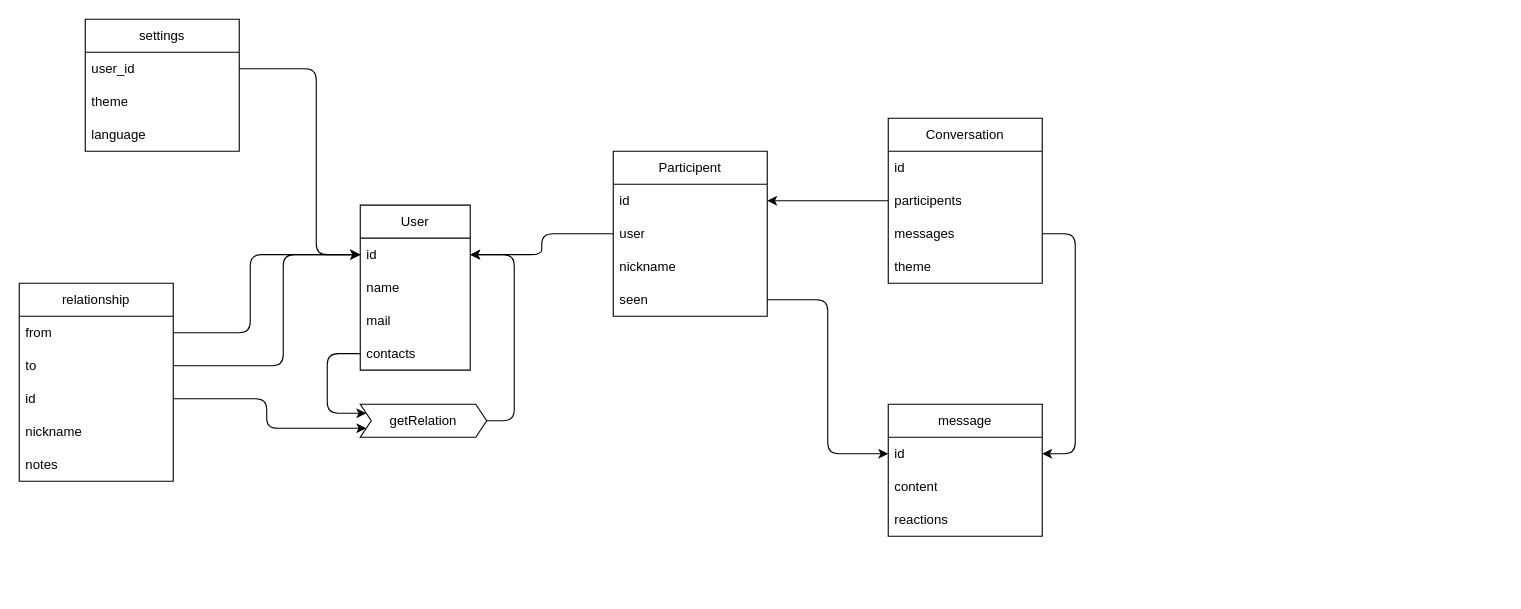
Before: server/docs/wholedb.dio in GameBear64/AmberCamp, a draw.io diagram. Source tidied: cells renumbered, new cells numbered last; positions are measured from the earlier drawing's top-left corner, leaving out a move shared by most shapes. Both pictures are drawn from the tidied source at 110%, with x=0, y=0 at pixel (19, 19).
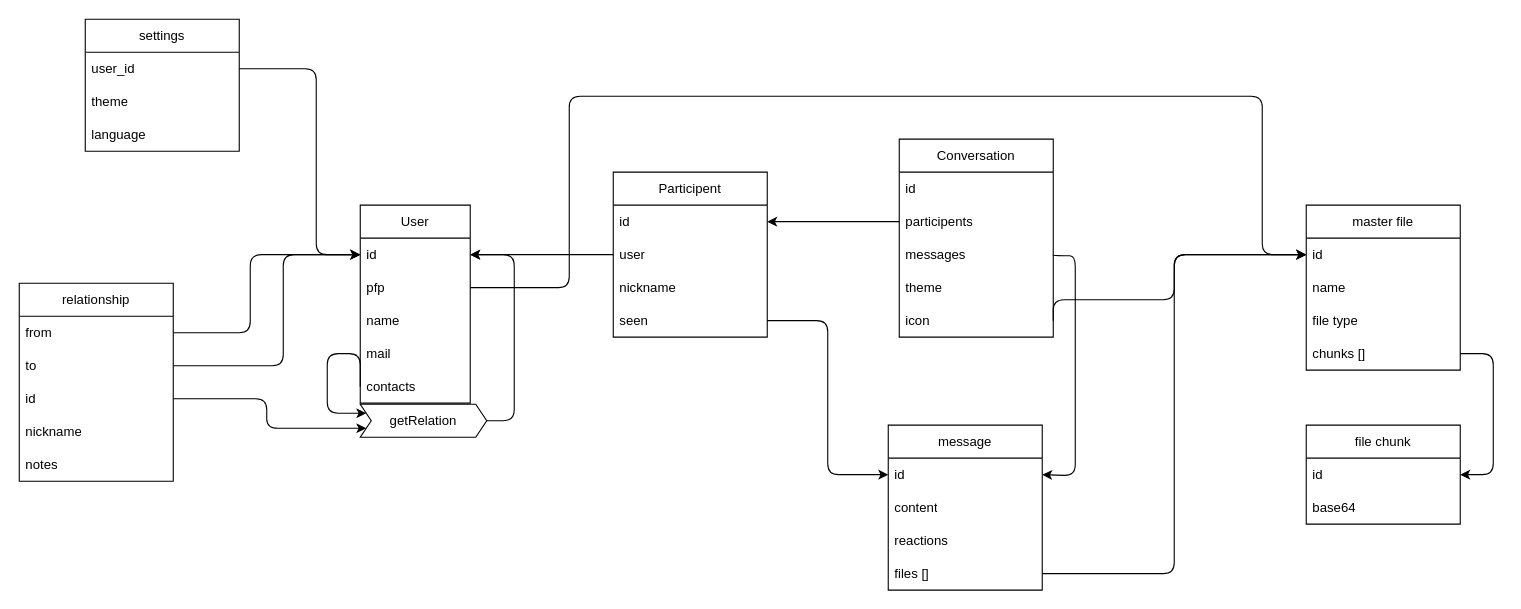
The same diagram, later.

Unchanged cells that the change refers to:
```xml
<mxCell id="3" value="id" style="text;strokeColor=none;fillColor=none;align=left;verticalAlign=middle;spacingLeft=4;spacingRight=4;overflow=hidden;points=[[0,0.5],[1,0.5]];portConstraint=eastwest;whiteSpace=wrap;html=1;" parent="2" vertex="1">
  <mxGeometry y="30" width="100" height="30" as="geometry" />
</mxCell>
<mxCell id="14" value="messages" style="text;strokeColor=none;fillColor=none;align=left;verticalAlign=middle;spacingLeft=4;spacingRight=4;overflow=hidden;points=[[0,0.5],[1,0.5]];portConstraint=eastwest;whiteSpace=wrap;html=1;rounded=0;" parent="11" vertex="1">
  <mxGeometry y="90" width="140" height="30" as="geometry" />
</mxCell>
<mxCell id="17" value="id" style="text;strokeColor=none;fillColor=none;align=left;verticalAlign=middle;spacingLeft=4;spacingRight=4;overflow=hidden;points=[[0,0.5],[1,0.5]];portConstraint=eastwest;whiteSpace=wrap;html=1;rounded=0;" parent="16" vertex="1">
  <mxGeometry y="30" width="140" height="30" as="geometry" />
</mxCell>
<mxCell id="32" value="user" style="text;strokeColor=none;fillColor=none;align=left;verticalAlign=middle;spacingLeft=4;spacingRight=4;overflow=hidden;points=[[0,0.5],[1,0.5]];portConstraint=eastwest;whiteSpace=wrap;html=1;" parent="30" vertex="1">
  <mxGeometry y="60" width="140" height="30" as="geometry" />
</mxCell>
```

Diff of the diagram source:
```diff
@@
     <mxCell id="2" value="User" style="swimlane;fontStyle=0;horizontal=1;startSize=30;whiteSpace=wrap;html=1;" parent="1" vertex="1">
-      <mxGeometry x="310" y="169" width="100" height="150" as="geometry" />
+      <mxGeometry x="310" y="169" width="100" height="180" as="geometry" />
     </mxCell>
@@
+    <mxCell id="42" value="pfp" style="text;strokeColor=none;fillColor=none;align=left;verticalAlign=middle;spacingLeft=4;spacingRight=4;overflow=hidden;points=[[0,0.5],[1,0.5]];portConstraint=eastwest;whiteSpace=wrap;html=1;" parent="2" vertex="1">
+      <mxGeometry y="60" width="100" height="30" as="geometry" />
+    </mxCell>
     <mxCell id="4" value="name" style="text;strokeColor=none;fillColor=none;align=left;verticalAlign=middle;spacingLeft=4;spacingRight=4;overflow=hidden;whiteSpace=wrap;html=1;" parent="2" vertex="1">
-      <mxGeometry y="60" width="100" height="30" as="geometry" />
+      <mxGeometry y="90" width="100" height="30" as="geometry" />
     </mxCell>
     <mxCell id="5" value="mail" style="text;strokeColor=none;fillColor=none;align=left;verticalAlign=middle;spacingLeft=4;spacingRight=4;overflow=hidden;whiteSpace=wrap;html=1;" parent="2" vertex="1">
-      <mxGeometry y="90" width="100" height="30" as="geometry" />
+      <mxGeometry y="120" width="100" height="30" as="geometry" />
     </mxCell>
     <mxCell id="6" value="contacts" style="text;strokeColor=none;fillColor=none;align=left;verticalAlign=middle;spacingLeft=4;spacingRight=4;overflow=hidden;points=[[0,0.5],[1,0.5]];portConstraint=eastwest;whiteSpace=wrap;html=1;rounded=0;" parent="2" vertex="1">
-      <mxGeometry y="120" width="100" height="30" as="geometry" />
+      <mxGeometry y="150" width="100" height="30" as="geometry" />
     </mxCell>
@@
     <mxCell id="11" value="Conversation" style="swimlane;fontStyle=0;horizontal=1;startSize=30;whiteSpace=wrap;html=1;rounded=0;" parent="1" vertex="1">
-      <mxGeometry x="790" y="90" width="140" height="150" as="geometry" />
+      <mxGeometry x="800" y="109" width="140" height="180" as="geometry" />
     </mxCell>
@@
+    <mxCell id="43" value="icon" style="text;strokeColor=none;fillColor=none;align=left;verticalAlign=middle;spacingLeft=4;spacingRight=4;overflow=hidden;points=[[0,0.5],[1,0.5]];portConstraint=eastwest;whiteSpace=wrap;html=1;" parent="11" vertex="1">
+      <mxGeometry y="150" width="140" height="30" as="geometry" />
+    </mxCell>
     <mxCell id="16" value="message" style="swimlane;fontStyle=0;horizontal=1;startSize=30;whiteSpace=wrap;html=1;rounded=0;" parent="1" vertex="1">
-      <mxGeometry x="790" y="350" width="140" height="120" as="geometry" />
+      <mxGeometry x="790" y="369" width="140" height="150" as="geometry" />
     </mxCell>
@@
+    <mxCell id="44" value="files []" style="text;strokeColor=none;fillColor=none;align=left;verticalAlign=middle;spacingLeft=4;spacingRight=4;overflow=hidden;points=[[0,0.5],[1,0.5]];portConstraint=eastwest;whiteSpace=wrap;html=1;" parent="16" vertex="1">
+      <mxGeometry y="120" width="140" height="30" as="geometry" />
+    </mxCell>
@@
     <mxCell id="30" value="Participent" style="swimlane;fontStyle=0;horizontal=1;startSize=30;whiteSpace=wrap;html=1;" parent="1" vertex="1">
-      <mxGeometry x="540" y="120" width="140" height="150" as="geometry" />
+      <mxGeometry x="540" y="139" width="140" height="150" as="geometry" />
     </mxCell>
@@
-    <mxCell id="35" style="edgeStyle=orthogonalEdgeStyle;html=1;exitX=0;exitY=0.5;exitDx=0;exitDy=0;entryX=1;entryY=0.5;entryDx=0;entryDy=0;" parent="1" edge="1" source="32" target="3">
-      <mxGeometry relative="1" as="geometry" />
-    </mxCell>
@@
     <mxCell id="41" style="edgeStyle=orthogonalEdgeStyle;html=1;exitX=1;exitY=0.5;exitDx=0;exitDy=0;entryX=1;entryY=0.5;entryDx=0;entryDy=0;" parent="1" edge="1" source="14" target="17">
       <mxGeometry relative="1" as="geometry">
         <Array as="points">
-          <mxPoint x="960" y="195" />
-          <mxPoint x="960" y="395" />
+          <mxPoint x="960" y="215" />
+          <mxPoint x="960" y="415" />
         </Array>
       </mxGeometry>
     </mxCell>
+    <mxCell id="45" value="master file" style="swimlane;fontStyle=0;horizontal=1;startSize=30;whiteSpace=wrap;html=1;" parent="1" vertex="1">
+      <mxGeometry x="1170" y="169" width="140" height="150" as="geometry" />
+    </mxCell>
+    <mxCell id="46" value="id" style="text;strokeColor=none;fillColor=none;align=left;verticalAlign=middle;spacingLeft=4;spacingRight=4;overflow=hidden;points=[[0,0.5],[1,0.5]];portConstraint=eastwest;whiteSpace=wrap;html=1;" parent="45" vertex="1">
+      <mxGeometry y="30" width="140" height="30" as="geometry" />
+    </mxCell>
+    <mxCell id="47" value="name" style="text;strokeColor=none;fillColor=none;align=left;verticalAlign=middle;spacingLeft=4;spacingRight=4;overflow=hidden;whiteSpace=wrap;html=1;" parent="45" vertex="1">
+      <mxGeometry y="60" width="140" height="30" as="geometry" />
+    </mxCell>
+    <mxCell id="48" value="file type" style="text;strokeColor=none;fillColor=none;align=left;verticalAlign=middle;spacingLeft=4;spacingRight=4;overflow=hidden;whiteSpace=wrap;html=1;" parent="45" vertex="1">
+      <mxGeometry y="90" width="140" height="30" as="geometry" />
+    </mxCell>
+    <mxCell id="49" value="chunks []" style="text;strokeColor=none;fillColor=none;align=left;verticalAlign=middle;spacingLeft=4;spacingRight=4;overflow=hidden;points=[[0,0.5],[1,0.5]];portConstraint=eastwest;whiteSpace=wrap;html=1;" parent="45" vertex="1">
+      <mxGeometry y="120" width="140" height="30" as="geometry" />
+    </mxCell>
+    <mxCell id="50" value="file chunk" style="swimlane;fontStyle=0;horizontal=1;startSize=30;whiteSpace=wrap;html=1;" parent="1" vertex="1">
+      <mxGeometry x="1170" y="369" width="140" height="90" as="geometry" />
+    </mxCell>
+    <mxCell id="51" value="id" style="text;strokeColor=none;fillColor=none;align=left;verticalAlign=middle;spacingLeft=4;spacingRight=4;overflow=hidden;whiteSpace=wrap;html=1;" parent="50" vertex="1">
+      <mxGeometry y="30" width="140" height="30" as="geometry" />
+    </mxCell>
+    <mxCell id="52" value="base64" style="text;strokeColor=none;fillColor=none;align=left;verticalAlign=middle;spacingLeft=4;spacingRight=4;overflow=hidden;whiteSpace=wrap;html=1;" parent="50" vertex="1">
+      <mxGeometry y="60" width="140" height="30" as="geometry" />
+    </mxCell>
+    <mxCell id="53" style="edgeStyle=orthogonalEdgeStyle;html=1;exitX=1;exitY=0.5;exitDx=0;exitDy=0;entryX=0;entryY=0.5;entryDx=0;entryDy=0;" parent="1" edge="1" source="44" target="46">
+      <mxGeometry relative="1" as="geometry" />
+    </mxCell>
+    <mxCell id="54" style="edgeStyle=orthogonalEdgeStyle;html=1;exitX=1;exitY=0.5;exitDx=0;exitDy=0;entryX=0;entryY=0.5;entryDx=0;entryDy=0;" parent="1" edge="1" source="43" target="46">
+      <mxGeometry relative="1" as="geometry">
+        <Array as="points">
+          <mxPoint x="1050" y="255" />
+          <mxPoint x="1050" y="214" />
+        </Array>
+      </mxGeometry>
+    </mxCell>
+    <mxCell id="55" style="edgeStyle=orthogonalEdgeStyle;html=1;exitX=1;exitY=0.5;exitDx=0;exitDy=0;entryX=0;entryY=0.5;entryDx=0;entryDy=0;" parent="1" edge="1" source="42" target="46">
+      <mxGeometry relative="1" as="geometry">
+        <Array as="points">
+          <mxPoint x="500" y="244" />
+          <mxPoint x="500" y="70" />
+          <mxPoint x="1130" y="70" />
+          <mxPoint x="1130" y="214" />
+        </Array>
+      </mxGeometry>
+    </mxCell>
+    <mxCell id="35" style="edgeStyle=orthogonalEdgeStyle;html=1;exitX=0;exitY=0.5;exitDx=0;exitDy=0;" parent="1" edge="1" source="32" target="3">
+      <mxGeometry relative="1" as="geometry" />
+    </mxCell>
+    <mxCell id="56" style="edgeStyle=orthogonalEdgeStyle;html=1;exitX=1;exitY=0.5;exitDx=0;exitDy=0;entryX=1;entryY=0.5;entryDx=0;entryDy=0;" parent="1" edge="1" source="49" target="50">
+      <mxGeometry relative="1" as="geometry">
+        <Array as="points">
+          <mxPoint x="1340" y="304" />
+          <mxPoint x="1340" y="414" />
+        </Array>
+      </mxGeometry>
+    </mxCell>
```
